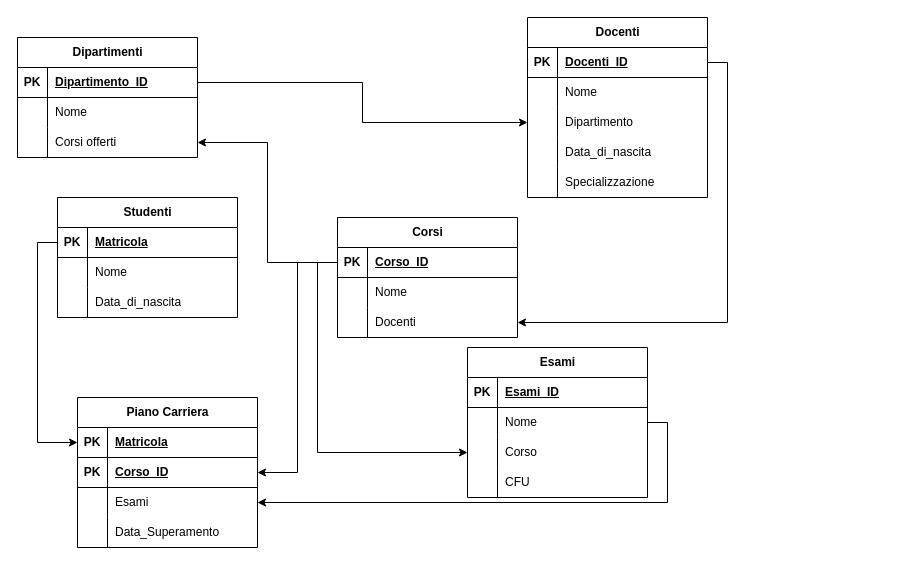
Above: DB Università.drawio in EnricoTurchetto/DB_SQL (draw.io), before the change. Source tidied: cells renumbered, new cells numbered last; positions are measured from the earlier drawing's top-left corner, leaving out a move shared by most shapes. Both pictures are drawn from the tidied source at 100%, with x=0, y=0 at pixel (17, 17).
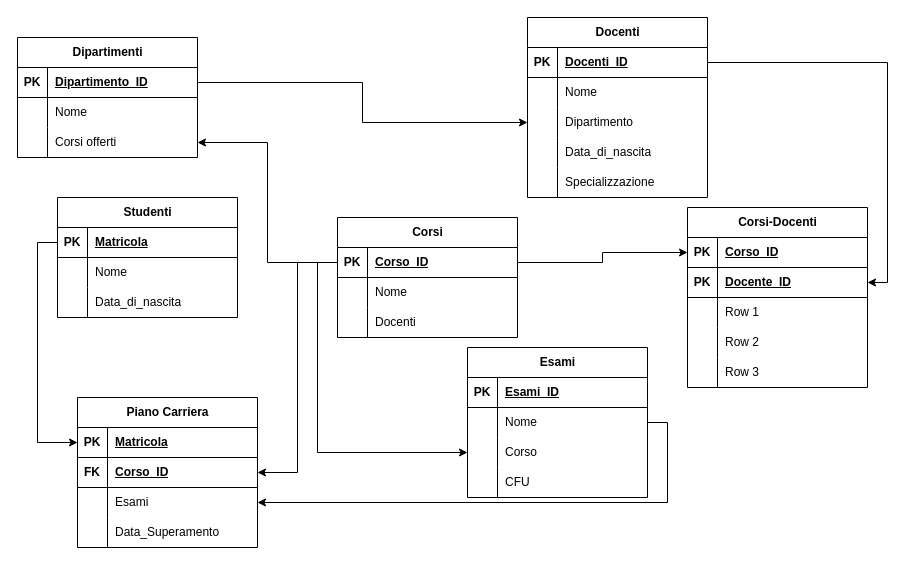
After the change.

Unchanged cells that the change refers to:
```xml
<mxCell id="13" style="shape=tableRow;horizontal=0;startSize=0;swimlaneHead=0;swimlaneBody=0;fillColor=none;points=[[0,0.5],[1,0.5]];portConstraint=eastwest;top=0;left=0;right=0;bottom=1;" parent="12" vertex="1">
  <mxGeometry y="30" width="180" height="30" as="geometry" />
</mxCell>
<mxCell id="39" style="shape=tableRow;horizontal=0;startSize=0;swimlaneHead=0;swimlaneBody=0;fillColor=none;points=[[0,0.5],[1,0.5]];portConstraint=eastwest;top=0;left=0;right=0;bottom=1;" parent="38" vertex="1">
  <mxGeometry y="30" width="180" height="30" as="geometry" />
</mxCell>
<mxCell id="45" style="shape=tableRow;horizontal=0;startSize=0;swimlaneHead=0;swimlaneBody=0;fillColor=none;points=[[0,0.5],[1,0.5]];portConstraint=eastwest;top=0;left=0;right=0;bottom=0;" parent="38" vertex="1">
  <mxGeometry y="90" width="180" height="30" as="geometry" />
</mxCell>
<mxCell id="68" style="shape=tableRow;horizontal=0;startSize=0;swimlaneHead=0;swimlaneBody=0;fillColor=none;points=[[0,0.5],[1,0.5]];portConstraint=eastwest;top=0;left=0;right=0;bottom=1;" parent="64" vertex="1">
  <mxGeometry y="60" width="180" height="30" as="geometry" />
</mxCell>
```

Diff of the diagram source:
```diff
@@
-    <mxCell id="49" style="edgeStyle=orthogonalEdgeStyle;rounded=0;jettySize=auto;html=1;exitX=1;exitY=0.5;exitDx=0;exitDy=0;" parent="1" edge="1" source="13" target="45">
-      <mxGeometry relative="1" as="geometry" />
-    </mxCell>
@@
-    <mxCell id="69" value="PK" style="shape=partialRectangle;fillColor=none;top=0;left=0;bottom=0;right=0;fontStyle=1;overflow=hidden;whiteSpace=wrap;html=1;" parent="68" vertex="1">
+    <mxCell id="69" value="FK" style="shape=partialRectangle;fillColor=none;top=0;left=0;bottom=0;right=0;fontStyle=1;overflow=hidden;whiteSpace=wrap;html=1;" parent="68" vertex="1">
       <mxGeometry width="30" height="30" as="geometry" />
     </mxCell>
@@
+    <mxCell id="81" value="Corsi-Docenti" style="shape=table;startSize=30;childLayout=tableLayout;rowLines=0;fontStyle=1;align=center;html=1;" parent="1" vertex="1">
+      <mxGeometry x="670" y="190" width="180" height="180" as="geometry" />
+    </mxCell>
+    <mxCell id="82" style="shape=tableRow;horizontal=0;startSize=0;swimlaneHead=0;swimlaneBody=0;fillColor=none;points=[[0,0.5],[1,0.5]];portConstraint=eastwest;top=0;left=0;right=0;bottom=1;" parent="81" vertex="1">
+      <mxGeometry y="30" width="180" height="30" as="geometry" />
+    </mxCell>
+    <mxCell id="83" value="PK" style="shape=partialRectangle;fillColor=none;top=0;left=0;bottom=0;right=0;fontStyle=1;overflow=hidden;whiteSpace=wrap;html=1;" parent="82" vertex="1">
+      <mxGeometry width="30" height="30" as="geometry" />
+    </mxCell>
+    <mxCell id="84" value="Corso_ID" style="shape=partialRectangle;fillColor=none;top=0;left=0;bottom=0;right=0;align=left;spacingLeft=6;fontStyle=5;overflow=hidden;whiteSpace=wrap;html=1;" parent="82" vertex="1">
+      <mxGeometry x="30" width="150" height="30" as="geometry" />
+    </mxCell>
+    <mxCell id="85" style="shape=tableRow;horizontal=0;startSize=0;swimlaneHead=0;swimlaneBody=0;fillColor=none;points=[[0,0.5],[1,0.5]];portConstraint=eastwest;top=0;left=0;right=0;bottom=1;" parent="81" vertex="1">
+      <mxGeometry y="60" width="180" height="30" as="geometry" />
+    </mxCell>
+    <mxCell id="86" value="PK" style="shape=partialRectangle;fillColor=none;top=0;left=0;bottom=0;right=0;fontStyle=1;overflow=hidden;whiteSpace=wrap;html=1;" parent="85" vertex="1">
+      <mxGeometry width="30" height="30" as="geometry" />
+    </mxCell>
+    <mxCell id="87" value="Docente_ID" style="shape=partialRectangle;fillColor=none;top=0;left=0;bottom=0;right=0;align=left;spacingLeft=6;fontStyle=5;overflow=hidden;whiteSpace=wrap;html=1;" parent="85" vertex="1">
+      <mxGeometry x="30" width="150" height="30" as="geometry" />
+    </mxCell>
+    <mxCell id="88" style="shape=tableRow;horizontal=0;startSize=0;swimlaneHead=0;swimlaneBody=0;fillColor=none;top=0;left=0;right=0;bottom=0;" parent="81" vertex="1">
+      <mxGeometry y="90" width="180" height="30" as="geometry" />
+    </mxCell>
+    <mxCell id="89" style="shape=partialRectangle;fillColor=none;top=0;left=0;bottom=0;right=0;overflow=hidden;whiteSpace=wrap;html=1;" parent="88" vertex="1">
+      <mxGeometry width="30" height="30" as="geometry" />
+    </mxCell>
+    <mxCell id="90" value="Row 1" style="shape=partialRectangle;fillColor=none;top=0;left=0;bottom=0;right=0;align=left;spacingLeft=6;overflow=hidden;whiteSpace=wrap;html=1;" parent="88" vertex="1">
+      <mxGeometry x="30" width="150" height="30" as="geometry" />
+    </mxCell>
+    <mxCell id="91" style="shape=tableRow;horizontal=0;startSize=0;swimlaneHead=0;swimlaneBody=0;fillColor=none;top=0;left=0;right=0;bottom=0;" parent="81" vertex="1">
+      <mxGeometry y="120" width="180" height="30" as="geometry" />
+    </mxCell>
+    <mxCell id="92" style="shape=partialRectangle;fillColor=none;top=0;left=0;bottom=0;right=0;overflow=hidden;whiteSpace=wrap;html=1;" parent="91" vertex="1">
+      <mxGeometry width="30" height="30" as="geometry" />
+    </mxCell>
+    <mxCell id="93" value="Row 2" style="shape=partialRectangle;fillColor=none;top=0;left=0;bottom=0;right=0;align=left;spacingLeft=6;overflow=hidden;whiteSpace=wrap;html=1;" parent="91" vertex="1">
+      <mxGeometry x="30" width="150" height="30" as="geometry" />
+    </mxCell>
+    <mxCell id="94" style="shape=tableRow;horizontal=0;startSize=0;swimlaneHead=0;swimlaneBody=0;fillColor=none;top=0;left=0;right=0;bottom=0;" parent="81" vertex="1">
+      <mxGeometry y="150" width="180" height="30" as="geometry" />
+    </mxCell>
+    <mxCell id="95" style="shape=partialRectangle;fillColor=none;top=0;left=0;bottom=0;right=0;overflow=hidden;whiteSpace=wrap;html=1;" parent="94" vertex="1">
+      <mxGeometry width="30" height="30" as="geometry" />
+    </mxCell>
+    <mxCell id="96" value="Row 3" style="shape=partialRectangle;fillColor=none;top=0;left=0;bottom=0;right=0;align=left;spacingLeft=6;overflow=hidden;whiteSpace=wrap;html=1;" parent="94" vertex="1">
+      <mxGeometry x="30" width="150" height="30" as="geometry" />
+    </mxCell>
+    <mxCell id="97" style="edgeStyle=orthogonalEdgeStyle;rounded=0;jettySize=auto;html=1;exitX=1;exitY=0.5;exitDx=0;exitDy=0;entryX=1;entryY=0.5;entryDx=0;entryDy=0;" parent="1" edge="1" source="13" target="85">
+      <mxGeometry relative="1" as="geometry" />
+    </mxCell>
+    <mxCell id="98" style="edgeStyle=orthogonalEdgeStyle;rounded=0;jettySize=auto;html=1;exitX=1;exitY=0.5;exitDx=0;exitDy=0;" parent="1" edge="1" source="39" target="82">
+      <mxGeometry relative="1" as="geometry" />
+    </mxCell>
```
